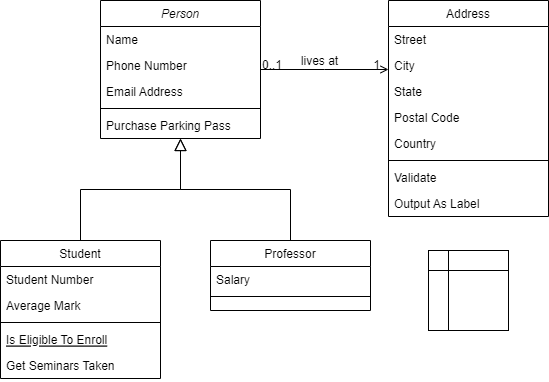
Before: 测试01.png, a diagram exported from draw.io (LuoShanHui/testDemo). Source tidied: cells renumbered, new cells last; positions are measured from the earlier drawing's top-left corner, leaving out a move shared by most shapes.
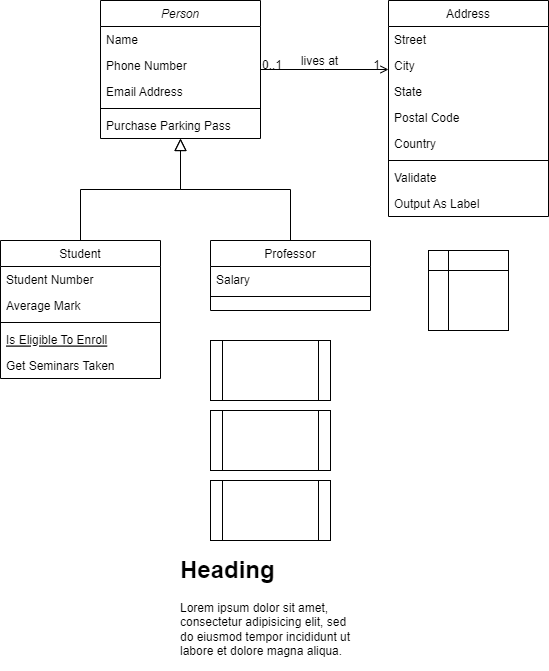
The same file after the commit.

What changed in the source:
```diff
@@ -103,5 +103,17 @@
     <mxCell id="32" style="shape=internalStorage;whiteSpace=wrap;html=1;backgroundOutline=1;" parent="1" vertex="1">
       <mxGeometry x="428" y="250" width="80" height="80" as="geometry" />
     </mxCell>
+    <mxCell id="33" style="shape=process;whiteSpace=wrap;html=1;backgroundOutline=1;" parent="1" vertex="1">
+      <mxGeometry x="210" y="340" width="120" height="60" as="geometry" />
+    </mxCell>
+    <mxCell id="34" style="shape=process;whiteSpace=wrap;html=1;backgroundOutline=1;" parent="1" vertex="1">
+      <mxGeometry x="210" y="410" width="120" height="60" as="geometry" />
+    </mxCell>
+    <mxCell id="35" style="shape=process;whiteSpace=wrap;html=1;backgroundOutline=1;" parent="1" vertex="1">
+      <mxGeometry x="210" y="480" width="120" height="60" as="geometry" />
+    </mxCell>
+    <mxCell id="36" value="&lt;h1&gt;Heading&lt;/h1&gt;&lt;p&gt;Lorem ipsum dolor sit amet, consectetur adipisicing elit, sed do eiusmod tempor incididunt ut labore et dolore magna aliqua.&lt;/p&gt;" style="text;html=1;strokeColor=none;fillColor=none;spacing=5;spacingTop=-20;whiteSpace=wrap;overflow=hidden;rounded=0;" parent="1" vertex="1">
+      <mxGeometry x="175" y="550" width="190" height="120" as="geometry" />
+    </mxCell>
   </root>
 </mxGraphModel>
```
